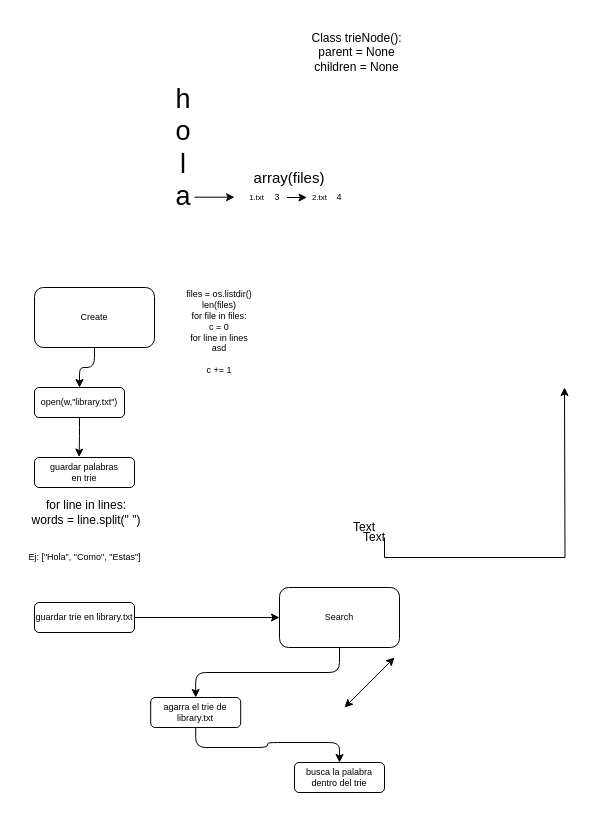
Earlier version of the draw.io diagram diagram.drawio (LCC-AyED2-2021/proyecto-grupo7). Source tidied: cells renumbered, new cells numbered last; positions are measured from the earlier drawing's top-left corner, leaving out a move shared by most shapes. Both pictures are drawn from the tidied source at 100%, with x=0, y=0 at pixel (16, 17).
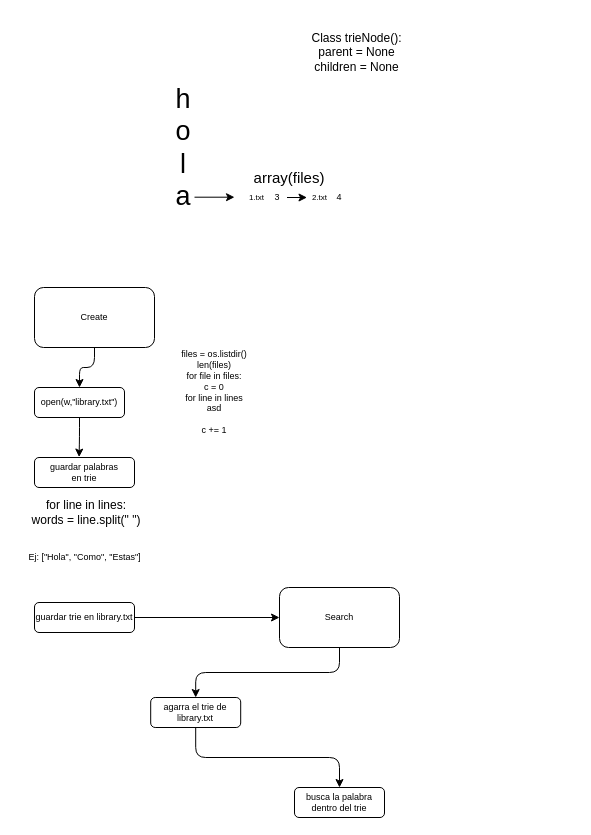
The same diagram, later.

Commit message (it also covers changes not shown here):
Nuevos archivos y edicion

Change to the diagram source:
```diff
@@
     <mxCell id="10" value="files = os.listdir()&lt;br&gt;len(files)&lt;br&gt;for file in files:&lt;br&gt;c = 0&lt;br&gt;for line in lines&lt;br&gt;asd&lt;br&gt;&lt;br&gt;c += 1" style="text;html=1;strokeColor=none;fillColor=none;align=center;verticalAlign=middle;whiteSpace=wrap;fontSize=9;rounded=1;" parent="1" vertex="1">
-      <mxGeometry x="143" y="270" width="120" height="90" as="geometry" />
+      <mxGeometry x="138" y="330" width="120" height="90" as="geometry" />
     </mxCell>
@@
     <mxCell id="22" value="busca la palabra dentro del trie" style="whiteSpace=wrap;html=1;fontSize=9;rounded=1;" parent="1" vertex="1">
-      <mxGeometry x="278" y="745" width="90" height="30" as="geometry" />
+      <mxGeometry x="278" y="770" width="90" height="30" as="geometry" />
     </mxCell>
@@
-    <mxCell id="26" value="Text" style="text;html=1;strokeColor=none;fillColor=none;align=center;verticalAlign=middle;whiteSpace=wrap;rounded=0;" parent="1" vertex="1">
-      <mxGeometry x="328" y="500" width="40" height="20" as="geometry" />
-    </mxCell>
-    <mxCell id="27" style="edgeStyle=orthogonalEdgeStyle;rounded=0;jettySize=auto;html=1;exitX=1;exitY=1;exitDx=0;exitDy=0;" parent="1" edge="1" source="26">
-      <mxGeometry relative="1" as="geometry">
-        <mxPoint x="548" y="370" as="targetPoint" />
-      </mxGeometry>
-    </mxCell>
-    <mxCell id="28" value="Text" style="text;html=1;strokeColor=none;fillColor=none;align=center;verticalAlign=middle;whiteSpace=wrap;rounded=0;" parent="1" vertex="1">
-      <mxGeometry x="338" y="510" width="40" height="20" as="geometry" />
-    </mxCell>
-    <mxCell id="29" style="endArrow=classic;startArrow=classic;html=1;" parent="1" edge="1">
-      <mxGeometry relative="1" as="geometry">
-        <mxPoint x="328" y="690" as="sourcePoint" />
-        <mxPoint x="378" y="640" as="targetPoint" />
-      </mxGeometry>
-    </mxCell>
```
